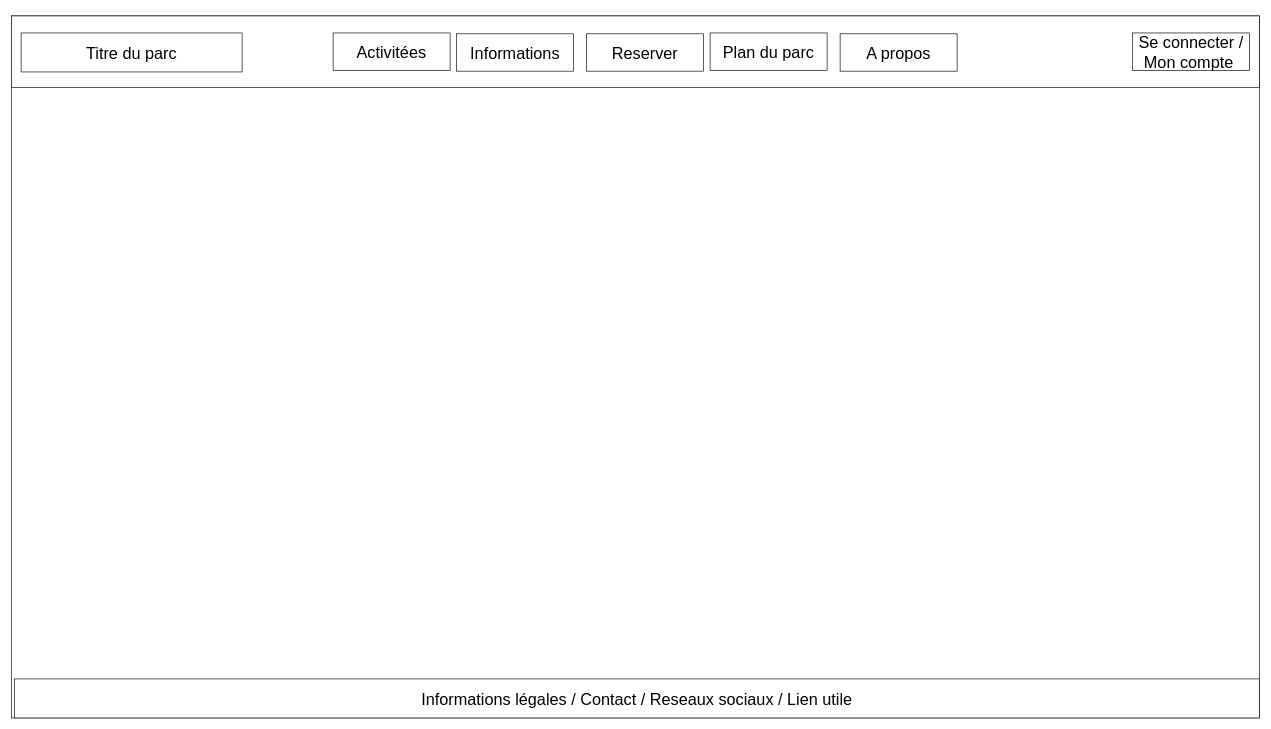
The draw.io diagram page "Informations" (6 of 9) of doc/wireframe_desktop.drawio in SeguierJonathan/ZombieLand, before the edit. Source tidied: cells renumbered, new cells numbered last; positions are measured from the earlier drawing's top-left corner, leaving out a move shared by most shapes. Both pictures are drawn from the tidied source at 65%, with x=0, y=0 at pixel (11, 16).
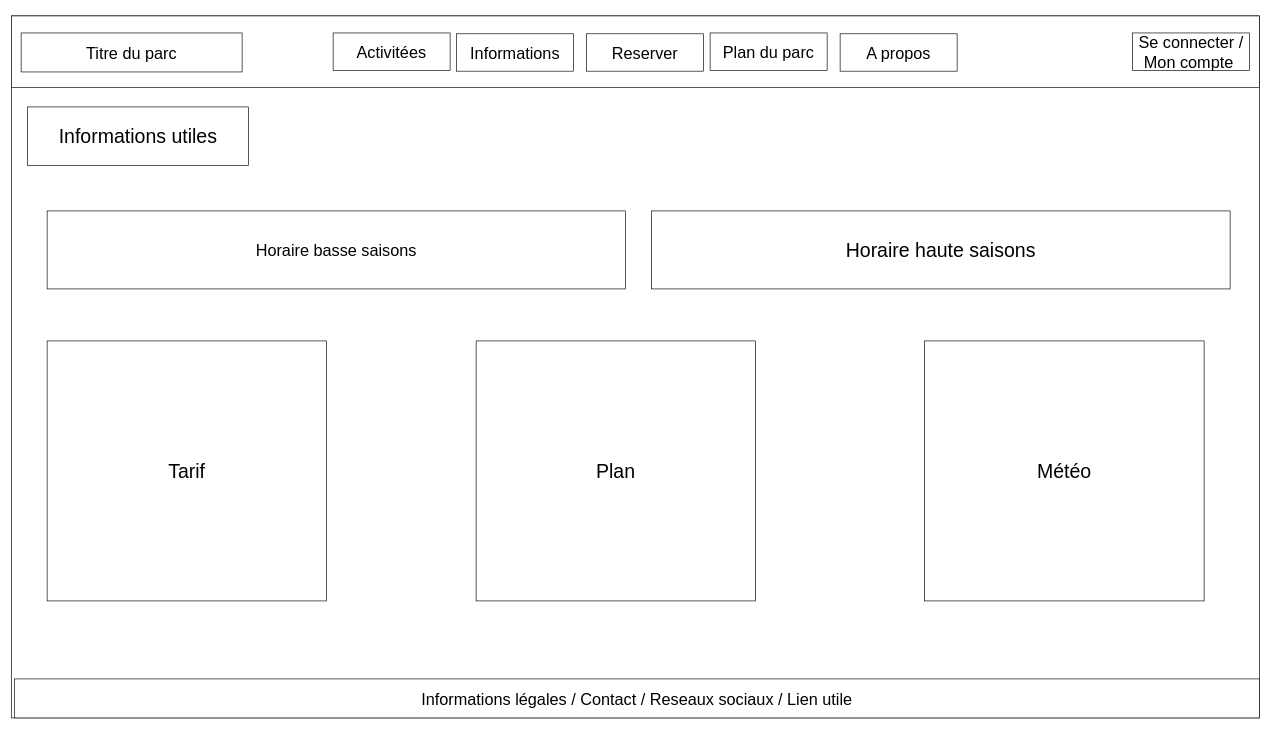
The same page after the edit.

What changed in the source:
```diff
@@
 <mxGraphModel>
   <root>
     <mxCell id="0" />
     <mxCell id="1" parent="0" />
     <mxCell id="2" style="edgeStyle=none;html=1;" parent="1" edge="1" source="3">
       <mxGeometry relative="1" as="geometry">
         <mxPoint x="1145" y="335" as="targetPoint" />
       </mxGeometry>
     </mxCell>
     <mxCell id="3" style="whiteSpace=wrap;html=1;" parent="1" vertex="1">
       <mxGeometry width="1920" height="1080" as="geometry" />
     </mxCell>
     <mxCell id="4" style="rounded=0;whiteSpace=wrap;html=1;" parent="1" vertex="1">
       <mxGeometry width="1920" height="110" as="geometry" />
     </mxCell>
     <mxCell id="5" value="&lt;font style=&quot;font-size: 25px;&quot;&gt;Se connecter / Mon compte&amp;nbsp;&lt;/font&gt;" style="rounded=0;whiteSpace=wrap;html=1;fontSize=12;" parent="1" vertex="1">
       <mxGeometry x="1725" y="26.2" width="180" height="57.5" as="geometry" />
     </mxCell>
     <mxCell id="6" value="&lt;font style=&quot;font-size: 25px;&quot;&gt;A propos&lt;/font&gt;" style="rounded=0;whiteSpace=wrap;html=1;fontSize=12;" parent="1" vertex="1">
       <mxGeometry x="1275" y="27.5" width="180" height="57.5" as="geometry" />
     </mxCell>
     <mxCell id="7" value="&lt;font style=&quot;font-size: 25px;&quot;&gt;Reserver&lt;/font&gt;" style="rounded=0;whiteSpace=wrap;html=1;fontSize=12;" parent="1" vertex="1">
       <mxGeometry x="885" y="27.5" width="180" height="57.5" as="geometry" />
     </mxCell>
     <mxCell id="8" value="&lt;span style=&quot;font-size: 25px;&quot;&gt;Informations&lt;/span&gt;" style="rounded=0;whiteSpace=wrap;html=1;fontSize=12;" parent="1" vertex="1">
       <mxGeometry x="685" y="27.5" width="180" height="57.5" as="geometry" />
     </mxCell>
     <mxCell id="9" value="&lt;font style=&quot;font-size: 25px;&quot;&gt;Activitées&lt;/font&gt;" style="rounded=0;whiteSpace=wrap;html=1;fontSize=12;" parent="1" vertex="1">
       <mxGeometry x="495" y="26.2" width="180" height="57.5" as="geometry" />
     </mxCell>
     <mxCell id="10" value="&lt;font style=&quot;font-size: 25px;&quot;&gt;Titre du parc&lt;/font&gt;" style="rounded=0;whiteSpace=wrap;html=1;" parent="1" vertex="1">
       <mxGeometry x="15" y="26.2" width="340" height="60" as="geometry" />
     </mxCell>
     <mxCell id="11" value="&lt;span style=&quot;color: rgb(0, 0, 0);&quot;&gt;&lt;font style=&quot;font-size: 25px;&quot;&gt;Informations légales / Contact / Reseaux sociaux / Lien utile&lt;/font&gt;&lt;/span&gt;" style="rounded=0;whiteSpace=wrap;html=1;" parent="1" vertex="1">
       <mxGeometry x="5" y="1020" width="1915" height="60" as="geometry" />
     </mxCell>
     <mxCell id="12" value="&lt;span style=&quot;font-size: 25px;&quot;&gt;Plan du parc&lt;/span&gt;" style="rounded=0;whiteSpace=wrap;html=1;fontSize=12;" parent="1" vertex="1">
       <mxGeometry x="1075" y="26.2" width="180" height="57.5" as="geometry" />
     </mxCell>
+    <mxCell id="13" value="&lt;font style=&quot;font-size: 30px;&quot;&gt;Informations utiles&lt;/font&gt;" style="rounded=0;whiteSpace=wrap;html=1;" parent="1" vertex="1">
+      <mxGeometry x="25" y="140" width="340" height="90" as="geometry" />
+    </mxCell>
+    <mxCell id="14" value="&lt;font style=&quot;font-size: 25px;&quot;&gt;Horaire basse saisons&lt;/font&gt;" style="rounded=0;whiteSpace=wrap;html=1;" parent="1" vertex="1">
+      <mxGeometry x="55" y="300" width="890" height="120" as="geometry" />
+    </mxCell>
+    <mxCell id="15" value="&lt;font style=&quot;font-size: 30px;&quot;&gt;Horaire haute saisons&lt;/font&gt;" style="rounded=0;whiteSpace=wrap;html=1;" parent="1" vertex="1">
+      <mxGeometry x="985" y="300" width="890" height="120" as="geometry" />
+    </mxCell>
+    <mxCell id="16" value="&lt;font style=&quot;font-size: 30px;&quot;&gt;Tarif&lt;/font&gt;" style="rounded=0;whiteSpace=wrap;html=1;" parent="1" vertex="1">
+      <mxGeometry x="55" y="500" width="430" height="400" as="geometry" />
+    </mxCell>
+    <mxCell id="17" value="&lt;font style=&quot;font-size: 30px;&quot;&gt;Météo&lt;/font&gt;" style="rounded=0;whiteSpace=wrap;html=1;" parent="1" vertex="1">
+      <mxGeometry x="1405" y="500" width="430" height="400" as="geometry" />
+    </mxCell>
+    <mxCell id="18" value="&lt;font style=&quot;font-size: 30px;&quot;&gt;Plan&lt;/font&gt;" style="rounded=0;whiteSpace=wrap;html=1;" parent="1" vertex="1">
+      <mxGeometry x="715" y="500" width="430" height="400" as="geometry" />
+    </mxCell>
   </root>
 </mxGraphModel>
```
